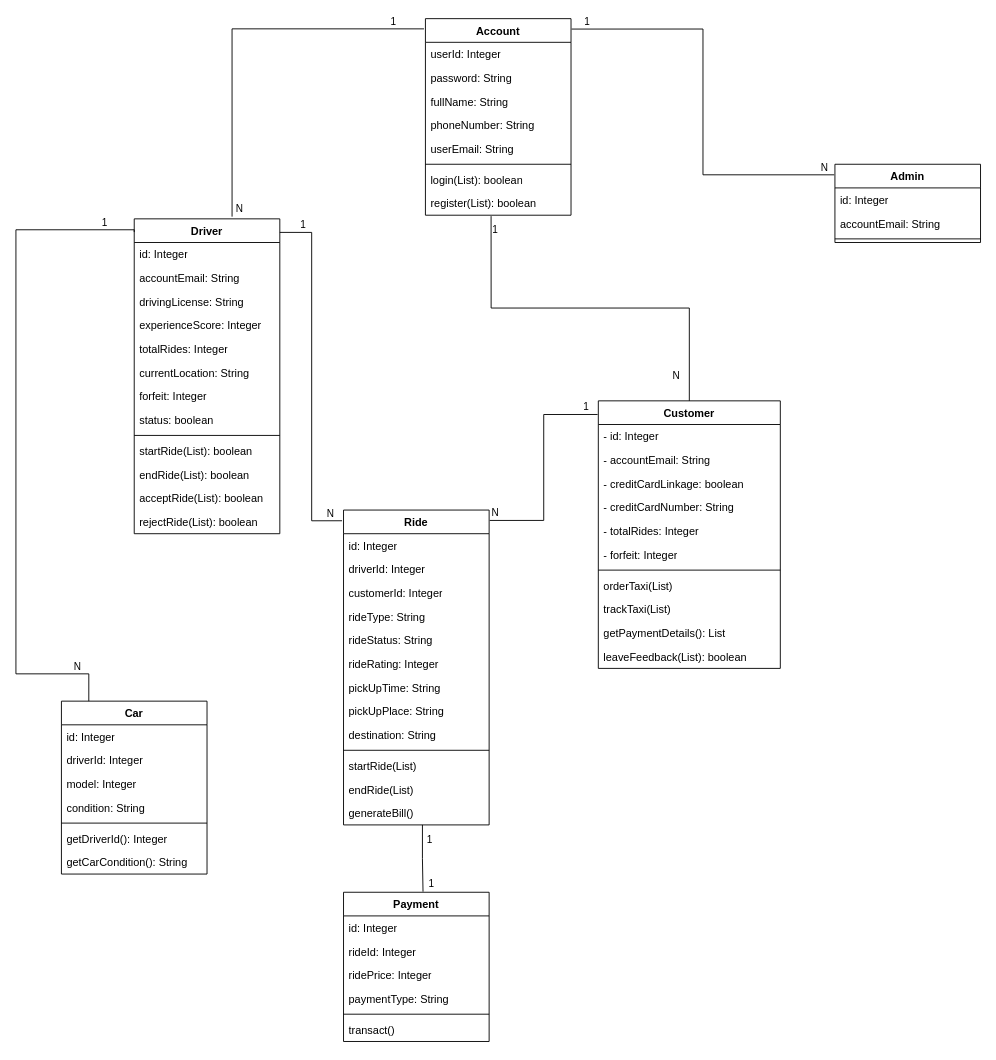
Before: ClassDia.drawio in hard-gainer/UML, a draw.io diagram. Source tidied: cells renumbered, new cells numbered last; positions are measured from the earlier drawing's top-left corner, leaving out a move shared by most shapes. Both pictures are drawn from the tidied source at 91%, with x=0, y=0 at pixel (15, 18).
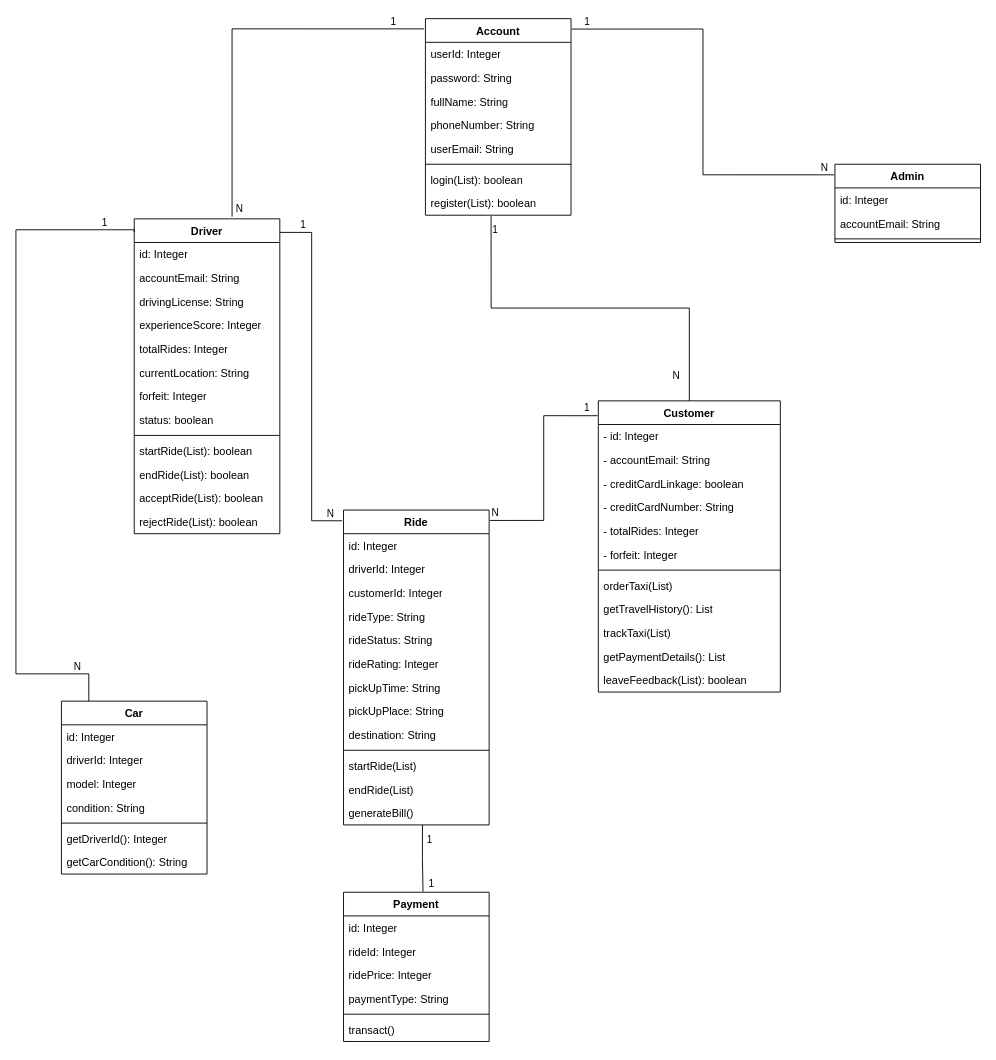
After the change.

Change to the diagram source:
```diff
@@
     <mxCell id="11" value="Customer" style="swimlane;fontStyle=1;align=center;verticalAlign=top;horizontal=1;startSize=26;whiteSpace=wrap;html=1;" parent="1" vertex="1">
-      <mxGeometry x="640" y="420" width="200" height="294" as="geometry" />
+      <mxGeometry x="640" y="420" width="200" height="320" as="geometry" />
     </mxCell>
@@
+    <mxCell id="91" value="getTravelHistory(): List" style="text;strokeColor=none;fillColor=none;align=left;verticalAlign=top;spacingLeft=4;spacingRight=4;overflow=hidden;whiteSpace=wrap;html=1;" parent="11" vertex="1">
+      <mxGeometry y="216" width="200" height="26" as="geometry" />
+    </mxCell>
     <mxCell id="20" value="trackTaxi(List)" style="text;strokeColor=none;fillColor=none;align=left;verticalAlign=top;spacingLeft=4;spacingRight=4;overflow=hidden;whiteSpace=wrap;html=1;" parent="11" vertex="1">
-      <mxGeometry y="216" width="200" height="26" as="geometry" />
+      <mxGeometry y="242" width="200" height="26" as="geometry" />
     </mxCell>
     <mxCell id="21" value="getPaymentDetails(): List" style="text;strokeColor=none;fillColor=none;align=left;verticalAlign=top;spacingLeft=4;spacingRight=4;overflow=hidden;whiteSpace=wrap;html=1;" parent="11" vertex="1">
-      <mxGeometry y="242" width="200" height="26" as="geometry" />
+      <mxGeometry y="268" width="200" height="26" as="geometry" />
     </mxCell>
     <mxCell id="22" value="leaveFeedback(List): boolean" style="text;strokeColor=none;fillColor=none;align=left;verticalAlign=top;spacingLeft=4;spacingRight=4;overflow=hidden;whiteSpace=wrap;html=1;" parent="11" vertex="1">
-      <mxGeometry y="268" width="200" height="26" as="geometry" />
+      <mxGeometry y="294" width="200" height="26" as="geometry" />
     </mxCell>
```
